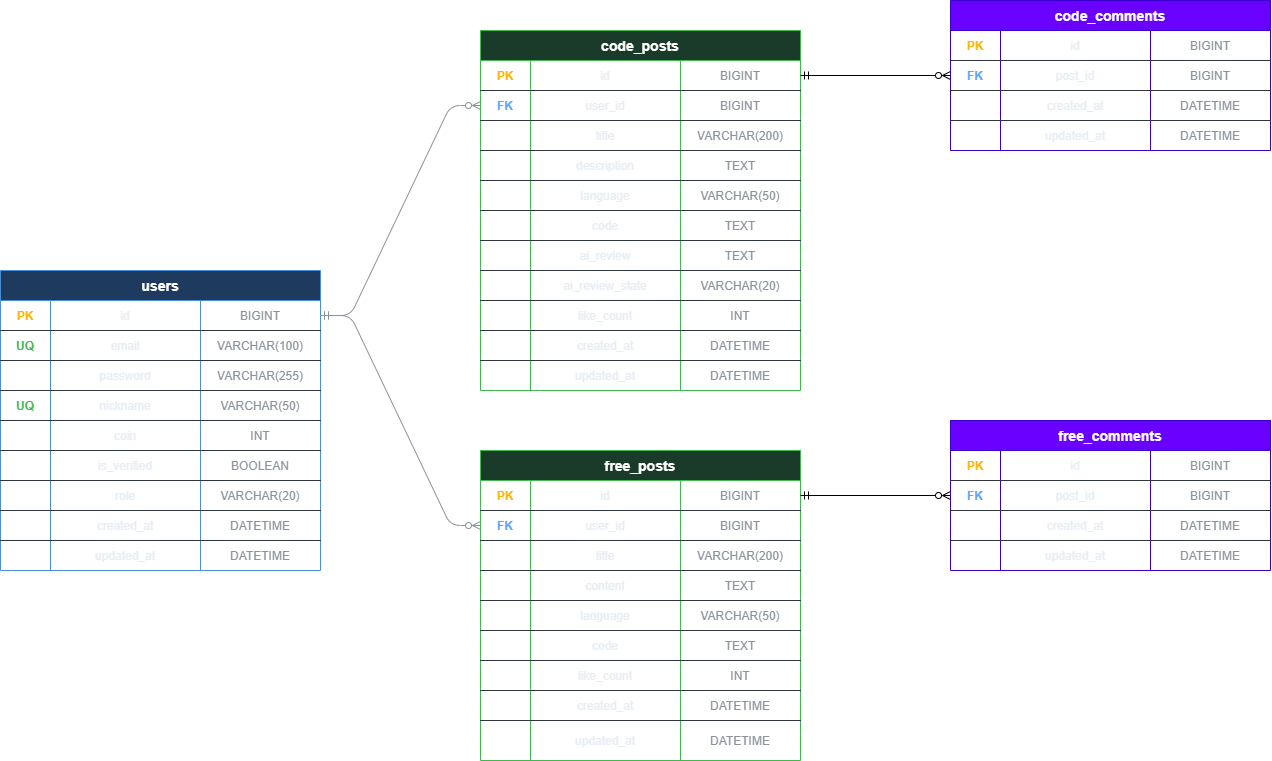
Earlier version of the draw.io export docs/ERD/DB.png (kimdongwoo0930/codehive). Source tidied: cells renumbered, new cells last; positions are measured from the earlier drawing's top-left corner, leaving out a move shared by most shapes.
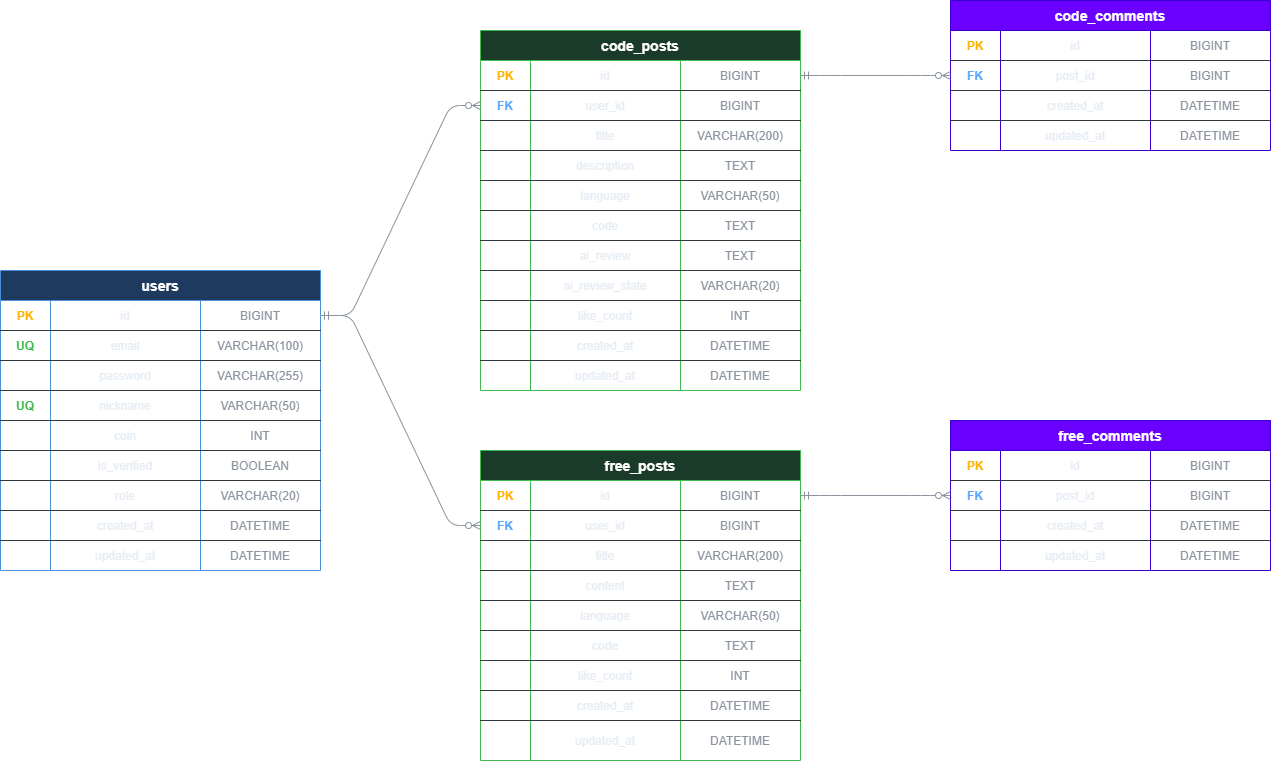
Above is the later version.

What changed in the source:
```diff
@@ -467,11 +467,11 @@
     <mxCell id="156" value="DATETIME" style="shape=partialRectangle;fillColor=none;top=0;left=0;bottom=0;right=0;overflow=hidden;strokeColor=none;fontColor=#8b949e;" parent="153" vertex="1">
       <mxGeometry x="200" width="120" height="30" as="geometry" />
     </mxCell>
-    <mxCell id="157" style="edgeStyle=none;html=1;exitX=1;exitY=0.5;exitDx=0;exitDy=0;entryX=0;entryY=0.5;entryDx=0;entryDy=0;endArrow=ERzeroToMany;endFill=0;startArrow=ERmandOne;startFill=0;" parent="1" edge="1" source="86" target="140">
-      <mxGeometry relative="1" as="geometry" />
-    </mxCell>
-    <mxCell id="158" style="edgeStyle=none;html=1;exitX=1;exitY=0.5;exitDx=0;exitDy=0;entryX=0;entryY=0.5;entryDx=0;entryDy=0;endArrow=ERzeroToMany;endFill=0;startArrow=ERmandOne;startFill=0;" parent="1" edge="1" source="40" target="128">
+    <mxCell id="158" style="edgeStyle=entityRelationEdgeStyle;endArrow=ERzeroToMany;startArrow=ERmandOne;exitX=1;exitY=0.5;entryX=0;entryY=0.5;strokeColor=#8b949e;exitDx=0;exitDy=0;entryDx=0;entryDy=0;" parent="1" edge="1" source="40" target="128">
       <mxGeometry relative="1" as="geometry" />
     </mxCell>
+    <mxCell id="159" style="edgeStyle=entityRelationEdgeStyle;endArrow=ERzeroToMany;startArrow=ERmandOne;exitX=1;exitY=0.5;entryX=0;entryY=0.5;strokeColor=#8b949e;exitDx=0;exitDy=0;entryDx=0;entryDy=0;" parent="1" edge="1" source="86" target="145">
+      <mxGeometry relative="1" as="geometry" />
+    </mxCell>
   </root>
 </mxGraphModel>
```
